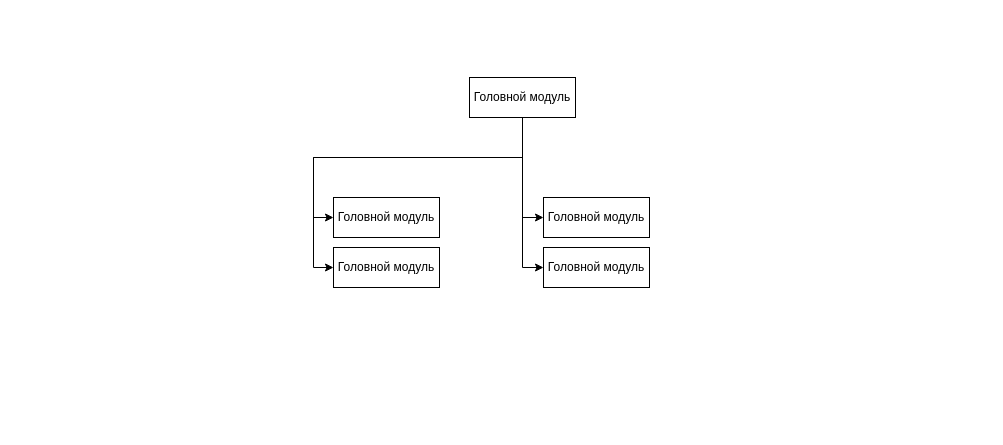
This is Структура ПО.drawio from OhotnikovV/AvIS, a draw.io file, before an edit. Source tidied: cells renumbered, new cells numbered last; positions are measured from the earlier drawing's top-left corner, leaving out a move shared by most shapes. Both pictures are drawn from the tidied source at 100%, with x=0, y=0 at pixel (313, 77).
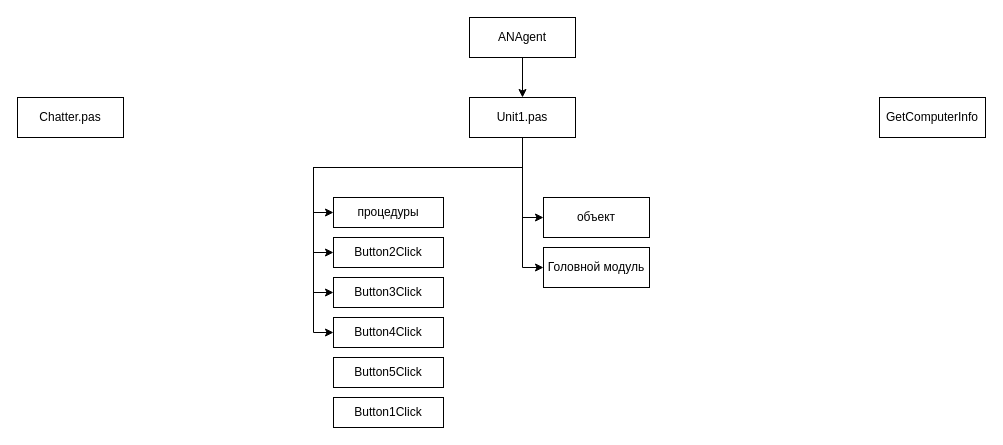
After the change.

Change to the diagram source:
```diff
@@
-    <mxCell id="5" style="edgeStyle=orthogonalEdgeStyle;rounded=0;jettySize=auto;html=1;exitX=0.5;exitY=1;exitDx=0;exitDy=0;entryX=0;entryY=0.5;entryDx=0;entryDy=0;" parent="1" edge="1" source="6" target="10">
+    <mxCell id="5" style="edgeStyle=orthogonalEdgeStyle;rounded=0;jettySize=auto;html=1;exitX=0.5;exitY=1;exitDx=0;exitDy=0;entryX=0;entryY=0.5;entryDx=0;entryDy=0;" parent="1" edge="1" source="6" target="13">
       <mxGeometry relative="1" as="geometry">
         <Array as="points">
-          <mxPoint x="209" y="80" />
-          <mxPoint y="80" />
-          <mxPoint y="190" />
+          <mxPoint x="209" y="90" />
+          <mxPoint y="90" />
+          <mxPoint y="175" />
         </Array>
       </mxGeometry>
     </mxCell>
+    <mxCell id="11" style="edgeStyle=orthogonalEdgeStyle;rounded=0;jettySize=auto;html=1;exitX=0.5;exitY=1;exitDx=0;exitDy=0;entryX=0;entryY=0.5;entryDx=0;entryDy=0;" parent="1" edge="1" source="6" target="14">
+      <mxGeometry relative="1" as="geometry">
+        <Array as="points">
+          <mxPoint x="209" y="90" />
+          <mxPoint y="90" />
+          <mxPoint y="215" />
+        </Array>
+      </mxGeometry>
+    </mxCell>
+    <mxCell id="12" style="edgeStyle=orthogonalEdgeStyle;rounded=0;jettySize=auto;html=1;exitX=0.5;exitY=1;exitDx=0;exitDy=0;entryX=0;entryY=0.5;entryDx=0;entryDy=0;" parent="1" edge="1" source="6" target="15">
+      <mxGeometry relative="1" as="geometry">
+        <Array as="points">
+          <mxPoint x="209" y="90" />
+          <mxPoint y="90" />
+          <mxPoint y="255" />
+        </Array>
+      </mxGeometry>
+    </mxCell>
-    <mxCell id="6" value="Головной модуль" style="rounded=0;whiteSpace=wrap;html=1;" parent="1" vertex="1">
-      <mxGeometry x="156" width="106" height="40" as="geometry" />
+    <mxCell id="6" value="Unit1.pas" style="rounded=0;whiteSpace=wrap;html=1;" parent="1" vertex="1">
+      <mxGeometry x="156" y="20" width="106" height="40" as="geometry" />
     </mxCell>
-    <mxCell id="7" value="Головной модуль" style="rounded=0;whiteSpace=wrap;html=1;" parent="1" vertex="1">
+    <mxCell id="7" value="объект" style="rounded=0;whiteSpace=wrap;html=1;" parent="1" vertex="1">
       <mxGeometry x="230" y="120" width="106" height="40" as="geometry" />
     </mxCell>
@@
-    <mxCell id="9" value="Головной модуль" style="rounded=0;whiteSpace=wrap;html=1;" parent="1" vertex="1">
-      <mxGeometry x="20" y="120" width="106" height="40" as="geometry" />
+    <mxCell id="9" value="процедуры" style="rounded=0;whiteSpace=wrap;html=1;" parent="1" vertex="1">
+      <mxGeometry x="20" y="120" width="110" height="30" as="geometry" />
     </mxCell>
-    <mxCell id="10" value="Головной модуль" style="rounded=0;whiteSpace=wrap;html=1;" parent="1" vertex="1">
-      <mxGeometry x="20" y="170" width="106" height="40" as="geometry" />
-    </mxCell>
+    <mxCell id="13" value="Button2Click" style="rounded=0;whiteSpace=wrap;html=1;" parent="1" vertex="1">
+      <mxGeometry x="20" y="160" width="110" height="30" as="geometry" />
+    </mxCell>
+    <mxCell id="14" value="Button3Click" style="rounded=0;whiteSpace=wrap;html=1;" parent="1" vertex="1">
+      <mxGeometry x="20" y="200" width="110" height="30" as="geometry" />
+    </mxCell>
+    <mxCell id="15" value="Button4Click" style="rounded=0;whiteSpace=wrap;html=1;" parent="1" vertex="1">
+      <mxGeometry x="20" y="240" width="110" height="30" as="geometry" />
+    </mxCell>
+    <mxCell id="16" value="Button5Click" style="rounded=0;whiteSpace=wrap;html=1;" parent="1" vertex="1">
+      <mxGeometry x="20" y="280" width="110" height="30" as="geometry" />
+    </mxCell>
+    <mxCell id="17" value="Button1Click" style="rounded=0;whiteSpace=wrap;html=1;" parent="1" vertex="1">
+      <mxGeometry x="20" y="320" width="110" height="30" as="geometry" />
+    </mxCell>
+    <mxCell id="18" style="edgeStyle=orthogonalEdgeStyle;rounded=0;jettySize=auto;html=1;exitX=0.5;exitY=1;exitDx=0;exitDy=0;entryX=0.5;entryY=0;entryDx=0;entryDy=0;" parent="1" edge="1" source="19" target="6">
+      <mxGeometry relative="1" as="geometry" />
+    </mxCell>
+    <mxCell id="19" value="ANAgent" style="rounded=0;whiteSpace=wrap;html=1;" parent="1" vertex="1">
+      <mxGeometry x="156" y="-60" width="106" height="40" as="geometry" />
+    </mxCell>
+    <mxCell id="20" value="Chatter.pas" style="rounded=0;whiteSpace=wrap;html=1;" parent="1" vertex="1">
+      <mxGeometry x="-296" y="20" width="106" height="40" as="geometry" />
+    </mxCell>
+    <mxCell id="21" value="GetComputerInfo" style="rounded=0;whiteSpace=wrap;html=1;" parent="1" vertex="1">
+      <mxGeometry x="566" y="20" width="106" height="40" as="geometry" />
+    </mxCell>
```
